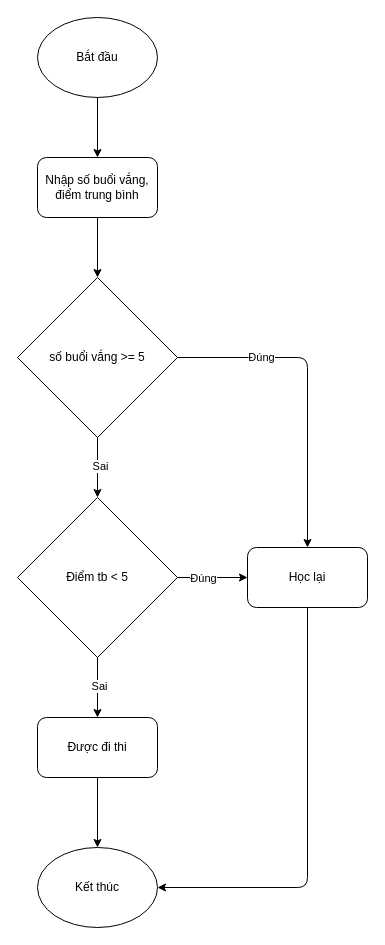
The draw.io diagram Lesson2/diThi.drawio in phantrongvinh/COM108_Phan_Trong_Vinh, before the edit. Source tidied: cells renumbered, new cells numbered last; positions are measured from the earlier drawing's top-left corner, leaving out a move shared by most shapes. Both pictures are drawn from the tidied source at 100%, with x=0, y=0 at pixel (17, 17).
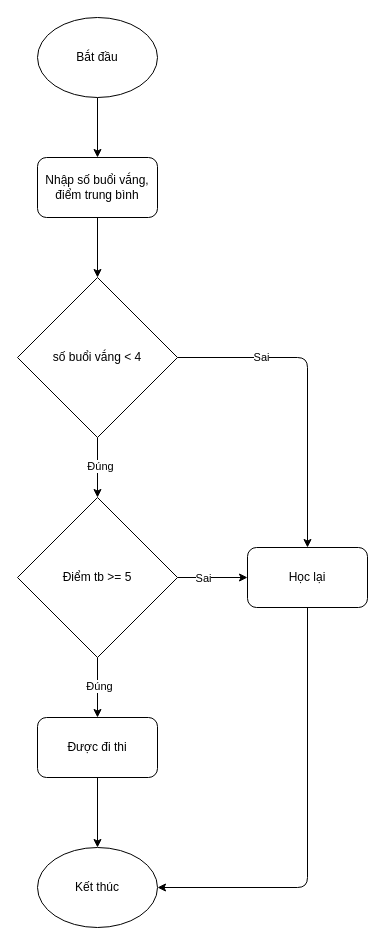
Above is the later version.

Unchanged cells that the change refers to:
```xml
<mxCell id="6" style="edgeStyle=none;html=1;entryX=0.5;entryY=0;entryDx=0;entryDy=0;" parent="1" edge="1" source="10" target="14">
  <mxGeometry relative="1" as="geometry">
    <Array as="points">
      <mxPoint x="290" y="340" />
    </Array>
  </mxGeometry>
</mxCell>
<mxCell id="8" style="edgeStyle=none;html=1;entryX=0.5;entryY=0;entryDx=0;entryDy=0;" parent="1" edge="1" source="10" target="20">
  <mxGeometry relative="1" as="geometry" />
</mxCell>
<mxCell id="16" style="edgeStyle=none;html=1;entryX=0.5;entryY=0;entryDx=0;entryDy=0;" parent="1" edge="1" source="20" target="12">
  <mxGeometry relative="1" as="geometry" />
</mxCell>
<mxCell id="18" style="edgeStyle=none;html=1;entryX=0;entryY=0.5;entryDx=0;entryDy=0;" parent="1" edge="1" source="20" target="14">
  <mxGeometry relative="1" as="geometry" />
</mxCell>
```

Change to the diagram source:
```diff
@@
-    <mxCell id="7" value="Đúng" style="edgeLabel;html=1;align=center;verticalAlign=middle;" parent="6" vertex="1">
+    <mxCell id="7" value="Sai" style="edgeLabel;html=1;align=center;verticalAlign=middle;" parent="6" vertex="1">
       <mxGeometry x="-0.49" y="1" relative="1" as="geometry">
         <mxPoint x="1" as="offset" />
       </mxGeometry>
     </mxCell>
@@
-    <mxCell id="9" value="Sai" style="edgeLabel;html=1;align=center;verticalAlign=middle;" parent="8" vertex="1">
+    <mxCell id="9" value="Đúng" style="edgeLabel;html=1;align=center;verticalAlign=middle;" parent="8" vertex="1">
       <mxGeometry x="-0.07" y="2" relative="1" as="geometry" />
     </mxCell>
-    <mxCell id="10" value="số buổi vắng &amp;gt;= 5" style="rhombus;whiteSpace=wrap;html=1;" parent="1" vertex="1">
+    <mxCell id="10" value="số buổi vắng &amp;lt; 4" style="rhombus;whiteSpace=wrap;html=1;" parent="1" vertex="1">
       <mxGeometry y="260" width="160" height="160" as="geometry" />
     </mxCell>
@@
-    <mxCell id="17" value="Sai" style="edgeLabel;html=1;align=center;verticalAlign=middle;" parent="16" vertex="1">
+    <mxCell id="17" value="Đúng" style="edgeLabel;html=1;align=center;verticalAlign=middle;" parent="16" vertex="1">
       <mxGeometry x="-0.07" y="1" relative="1" as="geometry" />
     </mxCell>
@@
-    <mxCell id="19" value="Đúng" style="edgeLabel;html=1;align=center;verticalAlign=middle;" parent="18" vertex="1">
+    <mxCell id="19" value="Sai" style="edgeLabel;html=1;align=center;verticalAlign=middle;" parent="18" vertex="1">
       <mxGeometry x="-0.28" relative="1" as="geometry" />
     </mxCell>
-    <mxCell id="20" value="Điểm tb &amp;lt; 5" style="rhombus;whiteSpace=wrap;html=1;" parent="1" vertex="1">
+    <mxCell id="20" value="Điểm tb &amp;gt;= 5" style="rhombus;whiteSpace=wrap;html=1;" parent="1" vertex="1">
       <mxGeometry y="480" width="160" height="160" as="geometry" />
     </mxCell>
```
